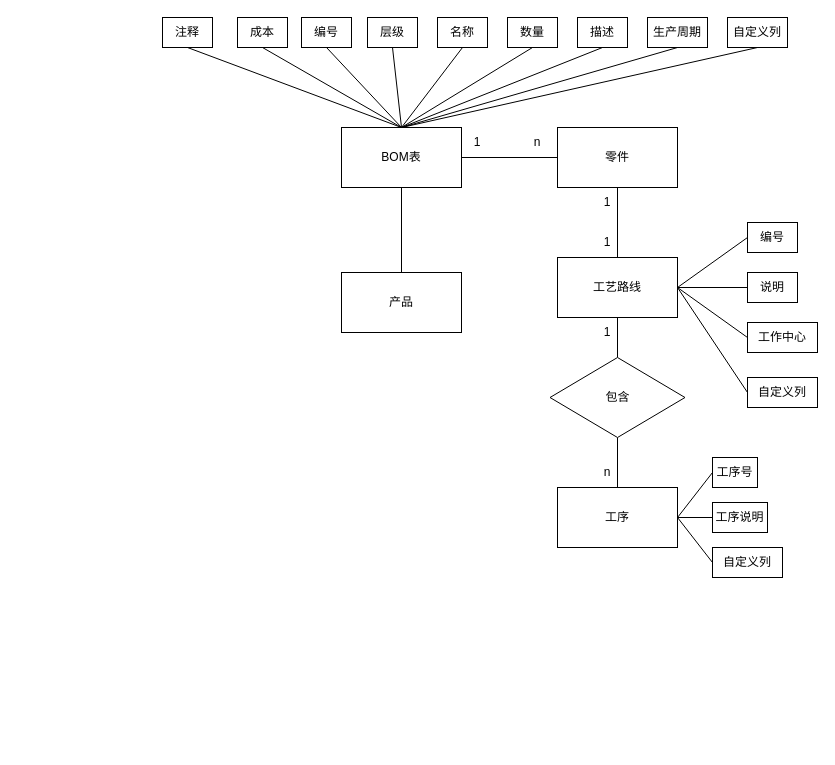
This is xt/图片/产品工艺信息E-R图.drawio from joker20020/ERP, a draw.io file, before an edit. Source tidied: cells renumbered, new cells numbered last; positions are measured from the earlier drawing's top-left corner, leaving out a move shared by most shapes. Both pictures are drawn from the tidied source at 100%, with x=0, y=0 at pixel (162, 17).
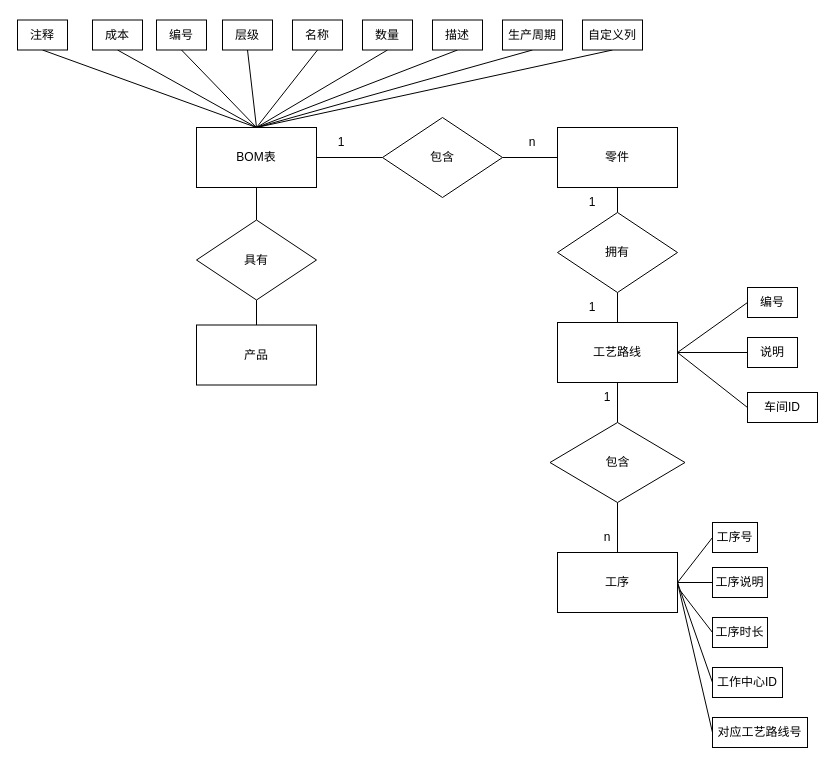
Above is the later version.

Unchanged cells that the change refers to:
```xml
<mxCell id="16" value="零件" style="rounded=0;whiteSpace=wrap;html=1;" parent="1" vertex="1">
  <mxGeometry x="395" y="110" width="120" height="60" as="geometry" />
</mxCell>
```

What changed in the source:
```diff
@@
-    <mxCell id="2" style="edgeStyle=none;rounded=0;jettySize=auto;html=1;exitX=0.5;exitY=0;exitDx=0;exitDy=0;entryX=0.5;entryY=1;entryDx=0;entryDy=0;endArrow=none;endFill=0;" parent="1" edge="1" source="3" target="14">
-      <mxGeometry relative="1" as="geometry" />
-    </mxCell>
     <mxCell id="3" value="产品" style="rounded=0;whiteSpace=wrap;html=1;" parent="1" vertex="1">
-      <mxGeometry x="179" y="255" width="120" height="60" as="geometry" />
+      <mxGeometry x="34" y="307.5" width="120" height="60" as="geometry" />
     </mxCell>
-    <mxCell id="4" style="edgeStyle=orthogonalEdgeStyle;rounded=0;jettySize=auto;html=1;exitX=1;exitY=0.5;exitDx=0;exitDy=0;entryX=0;entryY=0.5;entryDx=0;entryDy=0;endArrow=none;endFill=0;" parent="1" edge="1" source="14" target="16">
-      <mxGeometry relative="1" as="geometry" />
-    </mxCell>
@@
+    <mxCell id="51" style="edgeStyle=orthogonalEdgeStyle;rounded=0;jettySize=auto;html=1;exitX=0.5;exitY=1;exitDx=0;exitDy=0;endArrow=none;endFill=0;" parent="1" edge="1" source="14" target="55">
+      <mxGeometry relative="1" as="geometry" />
+    </mxCell>
+    <mxCell id="52" style="edgeStyle=orthogonalEdgeStyle;rounded=0;jettySize=auto;html=1;exitX=1;exitY=0.5;exitDx=0;exitDy=0;endArrow=none;endFill=0;" parent="1" edge="1" source="14" target="57">
+      <mxGeometry relative="1" as="geometry" />
+    </mxCell>
     <mxCell id="14" value="BOM表" style="rounded=0;whiteSpace=wrap;html=1;" parent="1" vertex="1">
-      <mxGeometry x="179" y="110" width="120" height="60" as="geometry" />
+      <mxGeometry x="34" y="110" width="120" height="60" as="geometry" />
     </mxCell>
-    <mxCell id="15" style="edgeStyle=orthogonalEdgeStyle;rounded=0;jettySize=auto;html=1;exitX=0.5;exitY=1;exitDx=0;exitDy=0;entryX=0.5;entryY=0;entryDx=0;entryDy=0;endArrow=none;endFill=0;" parent="1" edge="1" source="16" target="24">
-      <mxGeometry relative="1" as="geometry" />
-    </mxCell>
@@
     <mxCell id="17" value="1" style="text;html=1;strokeColor=none;fillColor=none;align=center;verticalAlign=middle;whiteSpace=wrap;rounded=0;" parent="1" vertex="1">
-      <mxGeometry x="285" y="110" width="60" height="30" as="geometry" />
+      <mxGeometry x="149" y="110" width="60" height="30" as="geometry" />
     </mxCell>
     <mxCell id="18" value="n" style="text;html=1;strokeColor=none;fillColor=none;align=center;verticalAlign=middle;whiteSpace=wrap;rounded=0;" parent="1" vertex="1">
-      <mxGeometry x="345" y="110" width="60" height="30" as="geometry" />
+      <mxGeometry x="340" y="110" width="60" height="30" as="geometry" />
     </mxCell>
@@
-    <mxCell id="22" style="edgeStyle=none;rounded=0;jettySize=auto;html=1;exitX=1;exitY=0.5;exitDx=0;exitDy=0;entryX=0;entryY=0.5;entryDx=0;entryDy=0;endArrow=none;endFill=0;" parent="1" edge="1" source="24" target="46">
-      <mxGeometry relative="1" as="geometry" />
-    </mxCell>
@@
     <mxCell id="24" value="工艺路线" style="rounded=0;whiteSpace=wrap;html=1;" parent="1" vertex="1">
-      <mxGeometry x="395" y="240" width="120" height="60" as="geometry" />
+      <mxGeometry x="395" y="305" width="120" height="60" as="geometry" />
     </mxCell>
+    <mxCell id="53" style="edgeStyle=orthogonalEdgeStyle;rounded=0;jettySize=auto;html=1;exitX=1;exitY=0;exitDx=0;exitDy=0;entryX=0.5;entryY=0;entryDx=0;entryDy=0;endArrow=none;endFill=0;" parent="1" edge="1" source="25" target="59">
+      <mxGeometry relative="1" as="geometry" />
+    </mxCell>
     <mxCell id="25" value="1" style="text;html=1;strokeColor=none;fillColor=none;align=center;verticalAlign=middle;whiteSpace=wrap;rounded=0;" parent="1" vertex="1">
-      <mxGeometry x="415" y="170" width="60" height="30" as="geometry" />
+      <mxGeometry x="400" y="170" width="60" height="30" as="geometry" />
     </mxCell>
     <mxCell id="26" value="1" style="text;html=1;strokeColor=none;fillColor=none;align=center;verticalAlign=middle;whiteSpace=wrap;rounded=0;" parent="1" vertex="1">
-      <mxGeometry x="415" y="210" width="60" height="30" as="geometry" />
+      <mxGeometry x="400" y="275" width="60" height="30" as="geometry" />
     </mxCell>
@@
     <mxCell id="30" value="工序" style="rounded=0;whiteSpace=wrap;html=1;" parent="1" vertex="1">
-      <mxGeometry x="395" y="470" width="120" height="60" as="geometry" />
+      <mxGeometry x="395" y="535" width="120" height="60" as="geometry" />
     </mxCell>
     <mxCell id="31" value="1" style="text;html=1;strokeColor=none;fillColor=none;align=center;verticalAlign=middle;whiteSpace=wrap;rounded=0;" parent="1" vertex="1">
-      <mxGeometry x="415" y="300" width="60" height="30" as="geometry" />
+      <mxGeometry x="415" y="365" width="60" height="30" as="geometry" />
     </mxCell>
     <mxCell id="32" value="n" style="text;html=1;strokeColor=none;fillColor=none;align=center;verticalAlign=middle;whiteSpace=wrap;rounded=0;" parent="1" vertex="1">
-      <mxGeometry x="415" y="440" width="60" height="30" as="geometry" />
+      <mxGeometry x="415" y="505" width="60" height="30" as="geometry" />
     </mxCell>
     <mxCell id="33" value="层级" style="rounded=0;whiteSpace=wrap;html=1;" parent="1" vertex="1">
-      <mxGeometry x="205" width="50" height="30" as="geometry" />
+      <mxGeometry x="60" y="2.5" width="50" height="30" as="geometry" />
     </mxCell>
     <mxCell id="34" value="编号" style="rounded=0;whiteSpace=wrap;html=1;" parent="1" vertex="1">
-      <mxGeometry x="139" width="50" height="30" as="geometry" />
+      <mxGeometry x="-6" y="2.5" width="50" height="30" as="geometry" />
     </mxCell>
     <mxCell id="35" value="名称" style="rounded=0;whiteSpace=wrap;html=1;" parent="1" vertex="1">
-      <mxGeometry x="275" width="50" height="30" as="geometry" />
+      <mxGeometry x="130" y="2.5" width="50" height="30" as="geometry" />
     </mxCell>
     <mxCell id="36" value="数量" style="rounded=0;whiteSpace=wrap;html=1;" parent="1" vertex="1">
-      <mxGeometry x="345" width="50" height="30" as="geometry" />
+      <mxGeometry x="200" y="2.5" width="50" height="30" as="geometry" />
     </mxCell>
     <mxCell id="37" value="描述" style="rounded=0;whiteSpace=wrap;html=1;" parent="1" vertex="1">
-      <mxGeometry x="415" width="50" height="30" as="geometry" />
+      <mxGeometry x="270" y="2.5" width="50" height="30" as="geometry" />
     </mxCell>
     <mxCell id="38" value="生产周期" style="rounded=0;whiteSpace=wrap;html=1;" parent="1" vertex="1">
-      <mxGeometry x="485" width="60" height="30" as="geometry" />
+      <mxGeometry x="340" y="2.5" width="60" height="30" as="geometry" />
     </mxCell>
     <mxCell id="39" value="成本" style="rounded=0;whiteSpace=wrap;html=1;" parent="1" vertex="1">
-      <mxGeometry x="75" width="50" height="30" as="geometry" />
+      <mxGeometry x="-70" y="2.5" width="50" height="30" as="geometry" />
     </mxCell>
     <mxCell id="40" value="注释" style="rounded=0;whiteSpace=wrap;html=1;" parent="1" vertex="1">
-      <mxGeometry width="50" height="30" as="geometry" />
+      <mxGeometry x="-145" y="2.5" width="50" height="30" as="geometry" />
     </mxCell>
     <mxCell id="41" value="自定义列" style="rounded=0;whiteSpace=wrap;html=1;" parent="1" vertex="1">
-      <mxGeometry x="565" width="60" height="30" as="geometry" />
+      <mxGeometry x="420" y="2.5" width="60" height="30" as="geometry" />
     </mxCell>
@@
     <mxCell id="43" value="包含" style="rhombus;whiteSpace=wrap;html=1;" parent="1" vertex="1">
-      <mxGeometry x="387.5" y="340" width="135" height="80" as="geometry" />
+      <mxGeometry x="387.5" y="405" width="135" height="80" as="geometry" />
     </mxCell>
     <mxCell id="44" value="编号" style="rounded=0;whiteSpace=wrap;html=1;" parent="1" vertex="1">
-      <mxGeometry x="585" y="205" width="50" height="30" as="geometry" />
+      <mxGeometry x="585" y="270" width="50" height="30" as="geometry" />
     </mxCell>
     <mxCell id="45" value="说明" style="rounded=0;whiteSpace=wrap;html=1;" parent="1" vertex="1">
-      <mxGeometry x="585" y="255" width="50" height="30" as="geometry" />
+      <mxGeometry x="585" y="320" width="50" height="30" as="geometry" />
     </mxCell>
-    <mxCell id="46" value="工作中心" style="rounded=0;whiteSpace=wrap;html=1;" parent="1" vertex="1">
-      <mxGeometry x="585" y="305" width="70" height="30" as="geometry" />
-    </mxCell>
     <mxCell id="47" value="工序号" style="rounded=0;whiteSpace=wrap;html=1;" parent="1" vertex="1">
-      <mxGeometry x="550" y="440" width="45" height="30" as="geometry" />
+      <mxGeometry x="550" y="505" width="45" height="30" as="geometry" />
     </mxCell>
     <mxCell id="48" value="工序说明" style="rounded=0;whiteSpace=wrap;html=1;" parent="1" vertex="1">
-      <mxGeometry x="550" y="485" width="55" height="30" as="geometry" />
+      <mxGeometry x="550" y="550" width="55" height="30" as="geometry" />
     </mxCell>
-    <mxCell id="49" value="自定义列" style="rounded=0;whiteSpace=wrap;html=1;" parent="1" vertex="1">
-      <mxGeometry x="585" y="360" width="70" height="30" as="geometry" />
+    <mxCell id="49" value="车间ID" style="rounded=0;whiteSpace=wrap;html=1;" parent="1" vertex="1">
+      <mxGeometry x="585" y="375" width="70" height="30" as="geometry" />
     </mxCell>
-    <mxCell id="50" value="自定义列" style="rounded=0;whiteSpace=wrap;html=1;" parent="1" vertex="1">
-      <mxGeometry x="550" y="530" width="70" height="30" as="geometry" />
+    <mxCell id="50" value="工作中心ID" style="rounded=0;whiteSpace=wrap;html=1;" parent="1" vertex="1">
+      <mxGeometry x="550" y="650" width="70" height="30" as="geometry" />
     </mxCell>
+    <mxCell id="54" style="edgeStyle=orthogonalEdgeStyle;rounded=0;jettySize=auto;html=1;exitX=0.5;exitY=1;exitDx=0;exitDy=0;entryX=0.5;entryY=0;entryDx=0;entryDy=0;endArrow=none;endFill=0;" parent="1" edge="1" source="55" target="3">
+      <mxGeometry relative="1" as="geometry" />
+    </mxCell>
+    <mxCell id="55" value="具有" style="rhombus;whiteSpace=wrap;html=1;" parent="1" vertex="1">
+      <mxGeometry x="34" y="202.5" width="120" height="80" as="geometry" />
+    </mxCell>
+    <mxCell id="56" style="edgeStyle=orthogonalEdgeStyle;rounded=0;jettySize=auto;html=1;exitX=1;exitY=0.5;exitDx=0;exitDy=0;entryX=0;entryY=0.5;entryDx=0;entryDy=0;endArrow=none;endFill=0;" parent="1" edge="1" source="57" target="16">
+      <mxGeometry relative="1" as="geometry" />
+    </mxCell>
+    <mxCell id="57" value="包含" style="rhombus;whiteSpace=wrap;html=1;" parent="1" vertex="1">
+      <mxGeometry x="220" y="100" width="120" height="80" as="geometry" />
+    </mxCell>
+    <mxCell id="58" style="edgeStyle=orthogonalEdgeStyle;rounded=0;jettySize=auto;html=1;exitX=0.5;exitY=1;exitDx=0;exitDy=0;endArrow=none;endFill=0;" parent="1" edge="1" source="59" target="24">
+      <mxGeometry relative="1" as="geometry" />
+    </mxCell>
+    <mxCell id="59" value="拥有" style="rhombus;whiteSpace=wrap;html=1;" parent="1" vertex="1">
+      <mxGeometry x="395" y="195" width="120" height="80" as="geometry" />
+    </mxCell>
+    <mxCell id="60" value="工序时长" style="rounded=0;whiteSpace=wrap;html=1;" parent="1" vertex="1">
+      <mxGeometry x="550" y="600" width="55" height="30" as="geometry" />
+    </mxCell>
+    <mxCell id="61" style="rounded=0;jettySize=auto;html=1;exitX=0;exitY=0.5;exitDx=0;exitDy=0;entryX=1.022;entryY=0.633;entryDx=0;entryDy=0;entryPerimeter=0;endArrow=none;endFill=0;" parent="1" edge="1" source="60" target="30">
+      <mxGeometry relative="1" as="geometry" />
+    </mxCell>
+    <mxCell id="62" value="对应工艺路线号" style="rounded=0;whiteSpace=wrap;html=1;" parent="1" vertex="1">
+      <mxGeometry x="550" y="700" width="95" height="30" as="geometry" />
+    </mxCell>
+    <mxCell id="63" style="rounded=0;jettySize=auto;html=1;exitX=0;exitY=0.5;exitDx=0;exitDy=0;entryX=1;entryY=0.5;entryDx=0;entryDy=0;endArrow=none;endFill=0;" parent="1" edge="1" source="62" target="30">
+      <mxGeometry relative="1" as="geometry" />
+    </mxCell>
```
